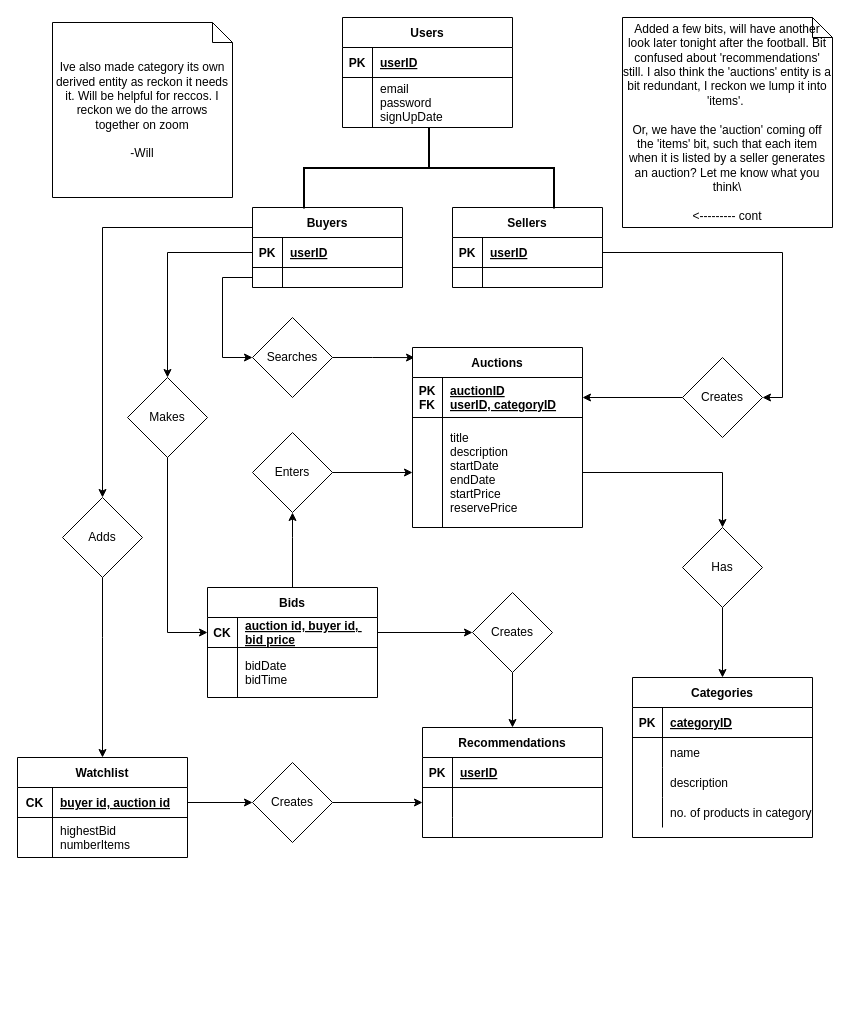
shaundbs/databases-coursework keeps this draw.io diagram as ER_diagram.drawio. Above is the earlier version. Source tidied: cells renumbered, new cells numbered last; positions are measured from the earlier drawing's top-left corner, leaving out a move shared by most shapes. Both pictures are drawn from the tidied source at 100%, with x=0, y=0 at pixel (17, 17).
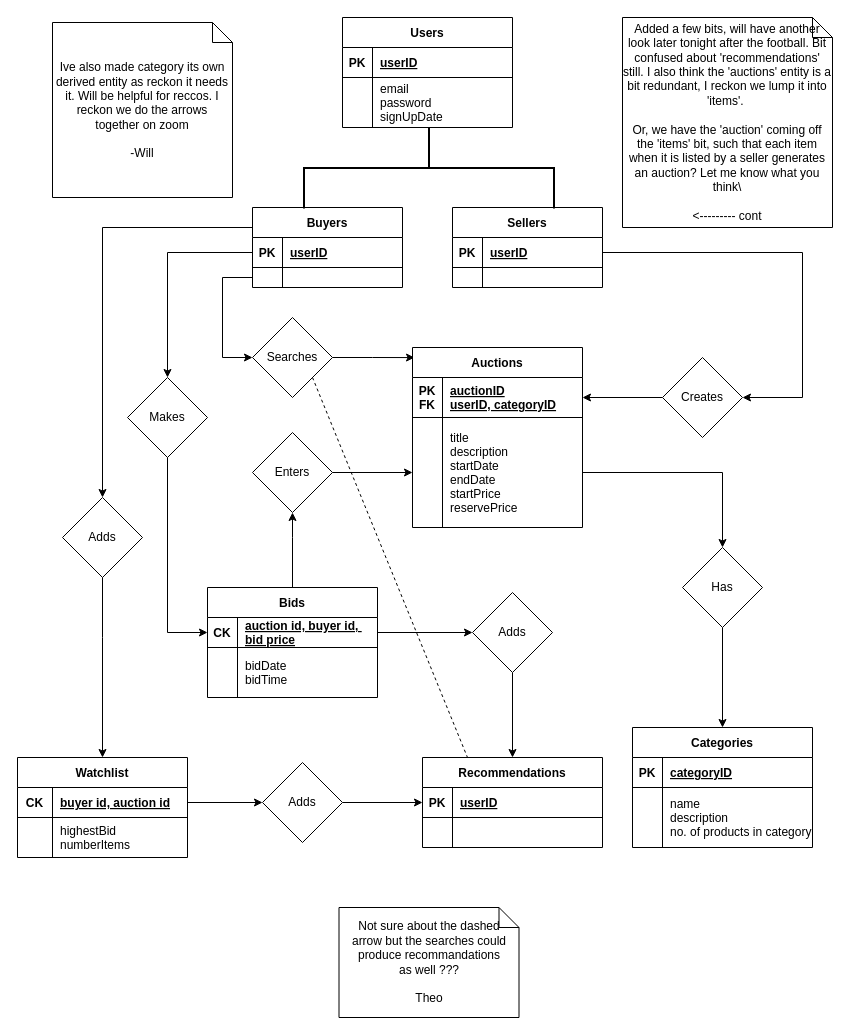
The same diagram, later.

Unchanged cells that the change refers to:
```xml
<mxCell id="10" style="shape=partialRectangle;fillColor=none;points=[[0,0.5],[1,0.5]];portConstraint=eastwest;top=0;left=0;right=0;bottom=1;" parent="9" vertex="1">
  <mxGeometry y="30" width="150" height="30" as="geometry" />
</mxCell>
<mxCell id="28" value="Searches" style="rhombus;whiteSpace=wrap;html=1;" parent="1" vertex="1">
  <mxGeometry x="235" y="300" width="80" height="80" as="geometry" />
</mxCell>
<mxCell id="52" style="shape=partialRectangle;fillColor=none;points=[[0,0.5],[1,0.5]];portConstraint=eastwest;top=0;left=0;right=0;bottom=1;" parent="51" vertex="1">
  <mxGeometry y="30" width="170" height="30" as="geometry" />
</mxCell>
<mxCell id="69" style="shape=partialRectangle;fillColor=none;top=0;left=0;bottom=1;right=0;points=[[0,0.5],[1,0.5]];portConstraint=eastwest;" parent="68" vertex="1">
  <mxGeometry y="30" width="180" height="30" as="geometry" />
</mxCell>
<mxCell id="72" style="shape=partialRectangle;fillColor=none;top=0;left=0;bottom=0;right=0;points=[[0,0.5],[1,0.5]];portConstraint=eastwest;" parent="68" vertex="1">
  <mxGeometry y="60" width="180" height="30" as="geometry" />
</mxCell>
```

The edit, as a diff of the source:
```diff
@@
     <mxCell id="25" value="Creates" style="rhombus;whiteSpace=wrap;html=1;" parent="1" vertex="1">
-      <mxGeometry x="665" y="340" width="80" height="80" as="geometry" />
+      <mxGeometry x="645" y="340" width="80" height="80" as="geometry" />
     </mxCell>
     <mxCell id="26" style="edgeStyle=orthogonalEdgeStyle;rounded=0;jettySize=auto;html=1;exitX=1;exitY=0.5;exitDx=0;exitDy=0;entryX=1;entryY=0.5;entryDx=0;entryDy=0;" parent="1" edge="1" source="10" target="25">
-      <mxGeometry relative="1" as="geometry" />
+      <mxGeometry relative="1" as="geometry">
+        <Array as="points">
+          <mxPoint x="785" y="235" />
+          <mxPoint x="785" y="380" />
+        </Array>
+      </mxGeometry>
     </mxCell>
@@
     <mxCell id="47" value="Has" style="rhombus;whiteSpace=wrap;html=1;" parent="1" vertex="1">
-      <mxGeometry x="665" y="510" width="80" height="80" as="geometry" />
+      <mxGeometry x="665" y="530" width="80" height="80" as="geometry" />
     </mxCell>
@@
-    <mxCell id="58" style="edgeStyle=orthogonalEdgeStyle;rounded=0;jettySize=auto;html=1;exitX=1;exitY=0.5;exitDx=0;exitDy=0;entryX=0;entryY=0.5;entryDx=0;entryDy=0;" parent="1" edge="1" source="59" target="72">
+    <mxCell id="58" style="edgeStyle=orthogonalEdgeStyle;rounded=0;jettySize=auto;html=1;exitX=1;exitY=0.5;exitDx=0;exitDy=0;entryX=0;entryY=0.5;entryDx=0;entryDy=0;" parent="1" edge="1" source="59" target="69">
       <mxGeometry relative="1" as="geometry" />
     </mxCell>
-    <mxCell id="59" value="Creates" style="rhombus;whiteSpace=wrap;html=1;" parent="1" vertex="1">
-      <mxGeometry x="235" y="745" width="80" height="80" as="geometry" />
+    <mxCell id="59" value="Adds" style="rhombus;whiteSpace=wrap;html=1;" parent="1" vertex="1">
+      <mxGeometry x="245" y="745" width="80" height="80" as="geometry" />
     </mxCell>
@@
+    <mxCell id="78" style="edgeStyle=orthogonalEdgeStyle;rounded=0;jettySize=auto;html=1;exitX=0.5;exitY=1;exitDx=0;exitDy=0;entryX=0.5;entryY=0;entryDx=0;entryDy=0;" parent="1" edge="1" source="79" target="68">
+      <mxGeometry relative="1" as="geometry" />
+    </mxCell>
+    <mxCell id="79" value="Adds" style="rhombus;whiteSpace=wrap;html=1;" parent="1" vertex="1">
+      <mxGeometry x="455" y="575" width="80" height="80" as="geometry" />
+    </mxCell>
+    <mxCell id="80" style="edgeStyle=orthogonalEdgeStyle;rounded=0;jettySize=auto;html=1;exitX=1;exitY=0.5;exitDx=0;exitDy=0;entryX=0;entryY=0.5;entryDx=0;entryDy=0;" parent="1" edge="1" source="52" target="79">
+      <mxGeometry relative="1" as="geometry" />
+    </mxCell>
+    <mxCell id="94" style="endArrow=none;dashed=1;html=1;exitX=1;exitY=1;exitDx=0;exitDy=0;entryX=0.25;entryY=0;entryDx=0;entryDy=0;" parent="1" edge="1" source="28" target="68">
+      <mxGeometry relative="1" as="geometry" />
+    </mxCell>
     <mxCell id="68" value="Recommendations" style="shape=table;startSize=30;childLayout=tableLayout;rowLines=0;fontStyle=1;align=center;" parent="1" vertex="1">
-      <mxGeometry x="405" y="710" width="180" height="110" as="geometry" />
+      <mxGeometry x="405" y="740" width="180" height="90" as="geometry" />
     </mxCell>
@@
-    <mxCell id="75" style="shape=partialRectangle;fillColor=none;top=0;left=0;bottom=0;right=0;" parent="68" vertex="1">
-      <mxGeometry y="90" width="180" height="20" as="geometry" />
-    </mxCell>
-    <mxCell id="76" style="shape=partialRectangle;fillColor=none;top=0;left=0;bottom=0;right=0;overflow=hidden;" parent="75" vertex="1">
-      <mxGeometry width="30" height="20" as="geometry" />
-    </mxCell>
-    <mxCell id="77" style="shape=partialRectangle;fillColor=none;top=0;left=0;bottom=0;right=0;align=left;spacingLeft=6;overflow=hidden;" parent="75" vertex="1">
-      <mxGeometry x="30" width="150" height="20" as="geometry" />
-    </mxCell>
-    <mxCell id="78" style="edgeStyle=orthogonalEdgeStyle;rounded=0;jettySize=auto;html=1;exitX=0.5;exitY=1;exitDx=0;exitDy=0;entryX=0.5;entryY=0;entryDx=0;entryDy=0;" parent="1" edge="1" source="79" target="68">
-      <mxGeometry relative="1" as="geometry" />
-    </mxCell>
-    <mxCell id="79" value="Creates" style="rhombus;whiteSpace=wrap;html=1;" parent="1" vertex="1">
-      <mxGeometry x="455" y="575" width="80" height="80" as="geometry" />
-    </mxCell>
-    <mxCell id="80" style="edgeStyle=orthogonalEdgeStyle;rounded=0;jettySize=auto;html=1;exitX=1;exitY=0.5;exitDx=0;exitDy=0;entryX=0;entryY=0.5;entryDx=0;entryDy=0;" parent="1" edge="1" source="52" target="79">
-      <mxGeometry relative="1" as="geometry" />
-    </mxCell>
     <mxCell id="81" value="Categories" style="shape=table;startSize=30;childLayout=tableLayout;rowLines=0;fontStyle=1;align=center;" parent="1" vertex="1">
-      <mxGeometry x="615" y="660" width="180" height="160" as="geometry" />
+      <mxGeometry x="615" y="710" width="180" height="120" as="geometry" />
     </mxCell>
@@
     <mxCell id="85" style="shape=partialRectangle;fillColor=none;top=0;left=0;bottom=0;right=0;" parent="81" vertex="1">
-      <mxGeometry y="60" width="180" height="30" as="geometry" />
+      <mxGeometry y="60" width="180" height="60" as="geometry" />
     </mxCell>
     <mxCell id="86" style="shape=partialRectangle;fillColor=none;top=0;left=0;bottom=0;right=0;overflow=hidden;" parent="85" vertex="1">
-      <mxGeometry width="30" height="30" as="geometry" />
+      <mxGeometry width="30" height="60" as="geometry" />
     </mxCell>
-    <mxCell id="87" value="name" style="shape=partialRectangle;fillColor=none;top=0;left=0;bottom=0;right=0;align=left;spacingLeft=6;overflow=hidden;" parent="85" vertex="1">
-      <mxGeometry x="30" width="150" height="30" as="geometry" />
+    <mxCell id="87" value="name&#10;description&#10;no. of products in category" style="shape=partialRectangle;fillColor=none;top=0;left=0;bottom=0;right=0;align=left;spacingLeft=6;overflow=hidden;" parent="85" vertex="1">
+      <mxGeometry x="30" width="150" height="60" as="geometry" />
     </mxCell>
-    <mxCell id="88" style="shape=partialRectangle;fillColor=none;top=0;left=0;bottom=0;right=0;" parent="81" vertex="1">
-      <mxGeometry y="90" width="180" height="30" as="geometry" />
-    </mxCell>
-    <mxCell id="89" style="shape=partialRectangle;fillColor=none;top=0;left=0;bottom=0;right=0;overflow=hidden;" parent="88" vertex="1">
-      <mxGeometry width="30" height="30" as="geometry" />
-    </mxCell>
-    <mxCell id="90" value="description" style="shape=partialRectangle;fillColor=none;top=0;left=0;bottom=0;right=0;align=left;spacingLeft=6;overflow=hidden;" parent="88" vertex="1">
-      <mxGeometry x="30" width="150" height="30" as="geometry" />
-    </mxCell>
-    <mxCell id="91" style="shape=partialRectangle;fillColor=none;top=0;left=0;bottom=0;right=0;" parent="81" vertex="1">
-      <mxGeometry y="120" width="180" height="30" as="geometry" />
-    </mxCell>
-    <mxCell id="92" style="shape=partialRectangle;fillColor=none;top=0;left=0;bottom=0;right=0;overflow=hidden;" parent="91" vertex="1">
-      <mxGeometry width="30" height="30" as="geometry" />
-    </mxCell>
-    <mxCell id="93" value="no. of products in category" style="shape=partialRectangle;fillColor=none;top=0;left=0;bottom=0;right=0;align=left;spacingLeft=6;overflow=hidden;" parent="91" vertex="1">
-      <mxGeometry x="30" width="150" height="30" as="geometry" />
-    </mxCell>
+    <mxCell id="95" value="Not sure about the dashed &lt;br&gt;arrow but the searches could &lt;br&gt;produce recommandations &lt;br&gt;as well ???&lt;br&gt;&lt;br&gt;Theo" style="shape=note;size=20;whiteSpace=wrap;html=1;" parent="1" vertex="1">
+      <mxGeometry x="321.5" y="890" width="180" height="110" as="geometry" />
+    </mxCell>
```
